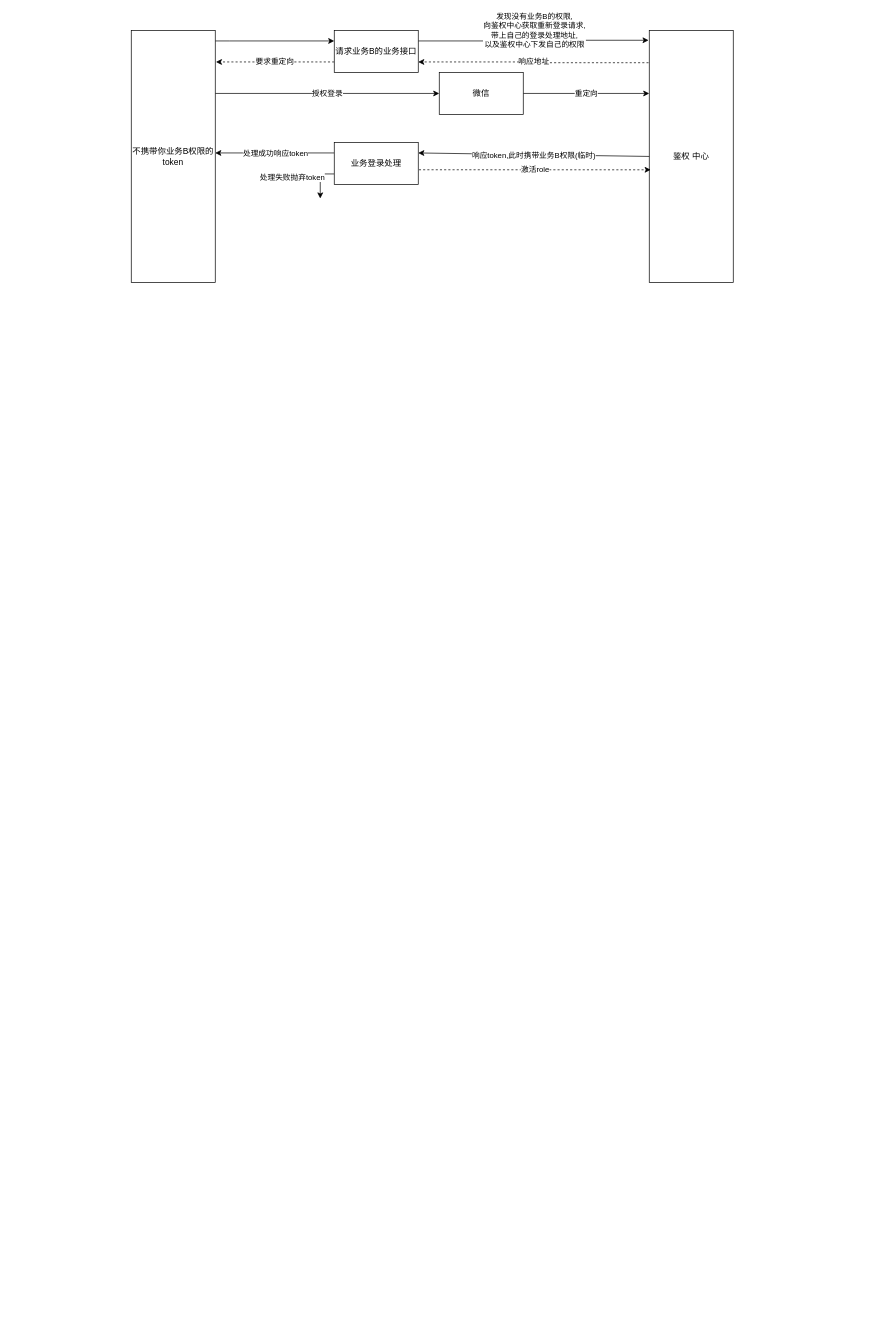
keyeze/StudyPlace keeps this draw.io diagram as StudyDemo/src/token与业务调用关系.drawio. Above is the earlier version. Source tidied: cells renumbered, new cells numbered last; positions are measured from the earlier drawing's top-left corner, leaving out a move shared by most shapes. Both pictures are drawn from the tidied source at 70%, with x=0, y=0 at pixel (131, 30).
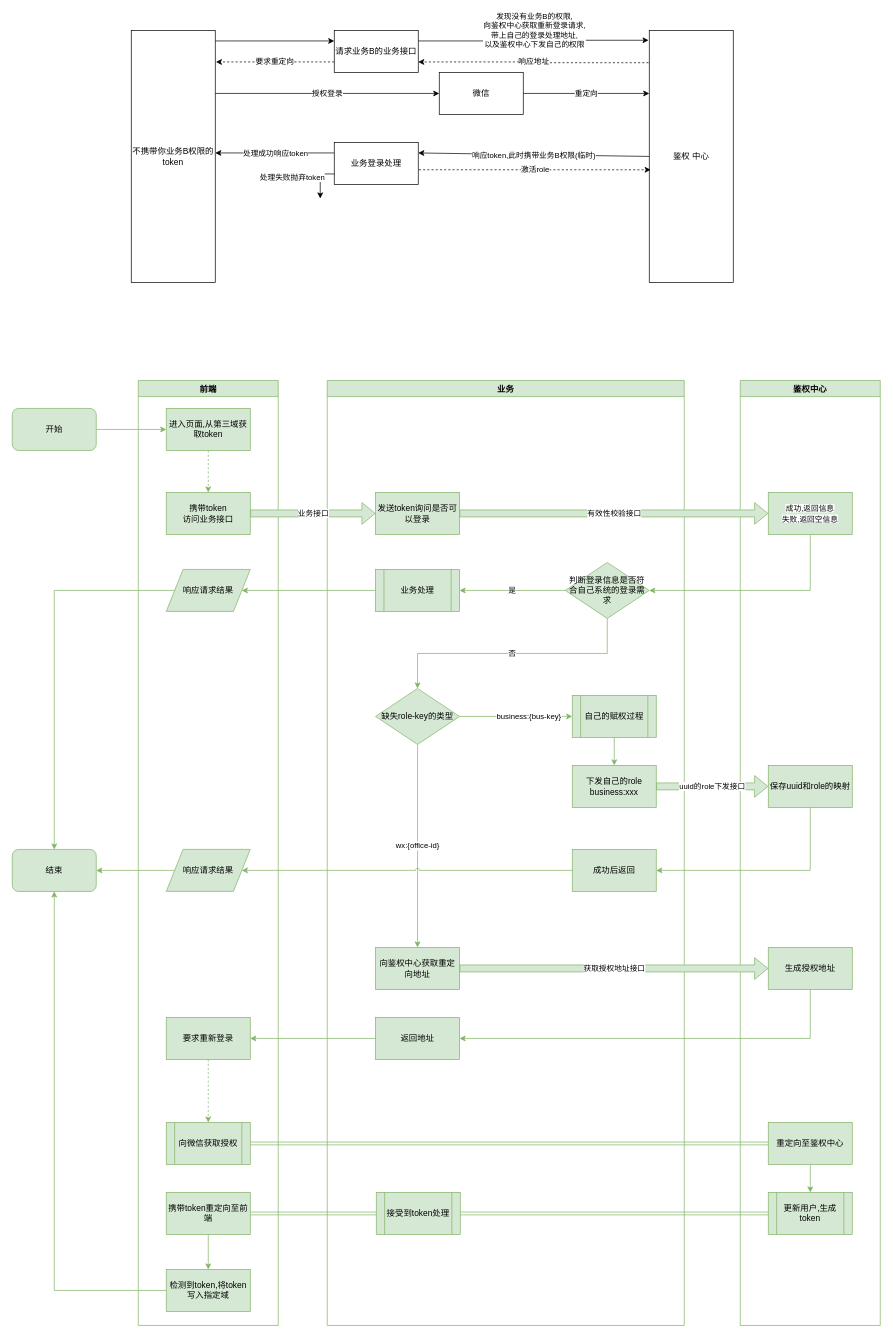
The same page after the edit.

Commit message:
更新token与业务调用关系.drawio

The edit, as a diff of the source:
```diff
@@
+    <mxCell id="17" style="edgeStyle=orthogonalEdgeStyle;rounded=0;jettySize=auto;html=1;exitX=0.5;exitY=1;exitDx=0;exitDy=0;entryX=1;entryY=0.5;entryDx=0;entryDy=0;fillColor=#d5e8d4;strokeColor=#82b366;" parent="1" edge="1" source="43" target="28">
+      <mxGeometry relative="1" as="geometry" />
+    </mxCell>
+    <mxCell id="18" style="edgeStyle=orthogonalEdgeStyle;rounded=0;jumpStyle=arc;jettySize=auto;html=1;exitX=1;exitY=0.5;exitDx=0;exitDy=0;entryX=0;entryY=0.5;entryDx=0;entryDy=0;fillColor=#d5e8d4;strokeColor=#82b366;" parent="1" edge="1" source="19" target="26">
+      <mxGeometry relative="1" as="geometry" />
+    </mxCell>
+    <mxCell id="19" value="开始" style="rounded=1;whiteSpace=wrap;html=1;fillColor=#d5e8d4;strokeColor=#82b366;" parent="1" vertex="1">
+      <mxGeometry x="-170" y="540" width="120" height="60" as="geometry" />
+    </mxCell>
+    <mxCell id="20" value="前端" style="swimlane;fillColor=#d5e8d4;strokeColor=#82b366;" parent="1" vertex="1">
+      <mxGeometry x="10" y="500" width="200" height="1350" as="geometry" />
+    </mxCell>
+    <mxCell id="21" value="要求重新登录" style="rounded=0;whiteSpace=wrap;html=1;fillColor=#d5e8d4;strokeColor=#82b366;" parent="20" vertex="1">
+      <mxGeometry x="40" y="910" width="120" height="60" as="geometry" />
+    </mxCell>
+    <mxCell id="22" value="携带token&lt;br&gt;访问业务接口" style="rounded=0;whiteSpace=wrap;html=1;fillColor=#d5e8d4;strokeColor=#82b366;" parent="20" vertex="1">
+      <mxGeometry x="40" y="160" width="120" height="60" as="geometry" />
+    </mxCell>
+    <mxCell id="23" value="响应请求结果" style="shape=parallelogram;perimeter=parallelogramPerimeter;whiteSpace=wrap;html=1;fillColor=#d5e8d4;strokeColor=#82b366;" parent="20" vertex="1">
+      <mxGeometry x="40" y="270" width="120" height="60" as="geometry" />
+    </mxCell>
+    <mxCell id="24" value="响应请求结果" style="shape=parallelogram;perimeter=parallelogramPerimeter;whiteSpace=wrap;html=1;fillColor=#d5e8d4;strokeColor=#82b366;" parent="20" vertex="1">
+      <mxGeometry x="40" y="669.9" width="120" height="60" as="geometry" />
+    </mxCell>
+    <mxCell id="25" style="edgeStyle=orthogonalEdgeStyle;rounded=0;jumpStyle=arc;jettySize=auto;html=1;exitX=0.5;exitY=1;exitDx=0;exitDy=0;dashed=1;fillColor=#d5e8d4;strokeColor=#82b366;" parent="20" edge="1" source="26" target="22">
+      <mxGeometry relative="1" as="geometry" />
+    </mxCell>
+    <mxCell id="26" value="进入页面,从第三域获取token" style="rounded=0;whiteSpace=wrap;html=1;fillColor=#d5e8d4;strokeColor=#82b366;" parent="20" vertex="1">
+      <mxGeometry x="40" y="40" width="120" height="60" as="geometry" />
+    </mxCell>
+    <mxCell id="27" value="业务" style="swimlane;fillColor=#d5e8d4;strokeColor=#82b366;" parent="1" vertex="1">
+      <mxGeometry x="280" y="500" width="510" height="1350" as="geometry" />
+    </mxCell>
+    <mxCell id="28" value="判断登录信息是否符合自己系统的登录需求" style="rhombus;whiteSpace=wrap;html=1;fillColor=#d5e8d4;strokeColor=#82b366;" parent="27" vertex="1">
+      <mxGeometry x="340" y="260" width="120" height="80" as="geometry" />
+    </mxCell>
+    <mxCell id="29" value="缺失role-key的类型" style="rhombus;whiteSpace=wrap;html=1;fillColor=#d5e8d4;strokeColor=#82b366;" parent="27" vertex="1">
+      <mxGeometry x="69" y="440" width="120" height="80" as="geometry" />
+    </mxCell>
+    <mxCell id="30" value="否" style="edgeStyle=orthogonalEdgeStyle;rounded=0;jettySize=auto;html=1;exitX=0.5;exitY=1;exitDx=0;exitDy=0;entryX=0.5;entryY=0;entryDx=0;entryDy=0;fillColor=#d5e8d4;strokeColor=#82b366;" parent="27" edge="1" source="28" target="29">
+      <mxGeometry relative="1" as="geometry" />
+    </mxCell>
+    <mxCell id="31" value="向鉴权中心获取重定向地址" style="rounded=0;whiteSpace=wrap;html=1;fillColor=#d5e8d4;strokeColor=#82b366;" parent="27" vertex="1">
+      <mxGeometry x="69" y="810" width="120" height="60" as="geometry" />
+    </mxCell>
+    <mxCell id="32" value="发送token询问是否可以登录" style="rounded=0;whiteSpace=wrap;html=1;fillColor=#d5e8d4;strokeColor=#82b366;" parent="27" vertex="1">
+      <mxGeometry x="69" y="160" width="120" height="60" as="geometry" />
+    </mxCell>
+    <mxCell id="33" value="wx:{office-id}" style="edgeStyle=orthogonalEdgeStyle;rounded=0;jettySize=auto;html=1;exitX=0.5;exitY=1;exitDx=0;exitDy=0;entryX=0.5;entryY=0;entryDx=0;entryDy=0;fillColor=#d5e8d4;strokeColor=#82b366;" parent="27" edge="1" source="29" target="31">
+      <mxGeometry relative="1" as="geometry" />
+    </mxCell>
+    <mxCell id="34" value="业务处理" style="shape=process;whiteSpace=wrap;html=1;backgroundOutline=1;fillColor=#d5e8d4;strokeColor=#82b366;" parent="27" vertex="1">
+      <mxGeometry x="69" y="270" width="120" height="60" as="geometry" />
+    </mxCell>
+    <mxCell id="35" value="是" style="edgeStyle=orthogonalEdgeStyle;rounded=0;jettySize=auto;html=1;exitX=0;exitY=0.5;exitDx=0;exitDy=0;entryX=1;entryY=0.5;entryDx=0;entryDy=0;fillColor=#d5e8d4;strokeColor=#82b366;" parent="27" edge="1" source="28" target="34">
+      <mxGeometry relative="1" as="geometry" />
+    </mxCell>
+    <mxCell id="36" value="自己的赋权过程" style="shape=process;whiteSpace=wrap;html=1;backgroundOutline=1;fillColor=#d5e8d4;strokeColor=#82b366;" parent="27" vertex="1">
+      <mxGeometry x="350" y="449.9" width="120" height="60" as="geometry" />
+    </mxCell>
+    <mxCell id="37" value="下发自己的role&lt;br&gt;business:xxx" style="rounded=0;whiteSpace=wrap;html=1;fillColor=#d5e8d4;strokeColor=#82b366;" parent="27" vertex="1">
+      <mxGeometry x="350" y="549.9" width="120" height="60" as="geometry" />
+    </mxCell>
+    <mxCell id="38" value="business:{bus-key}" style="edgeStyle=orthogonalEdgeStyle;rounded=0;jettySize=auto;html=1;exitX=1;exitY=0.5;exitDx=0;exitDy=0;entryX=0;entryY=0.5;entryDx=0;entryDy=0;fillColor=#d5e8d4;strokeColor=#82b366;" parent="27" edge="1" source="29" target="36">
+      <mxGeometry x="0.23" relative="1" as="geometry" />
+    </mxCell>
+    <mxCell id="39" style="edgeStyle=orthogonalEdgeStyle;rounded=0;jettySize=auto;html=1;exitX=0.5;exitY=1;exitDx=0;exitDy=0;entryX=0.5;entryY=0;entryDx=0;entryDy=0;fillColor=#d5e8d4;strokeColor=#82b366;" parent="27" edge="1" source="36" target="37">
+      <mxGeometry relative="1" as="geometry" />
+    </mxCell>
+    <mxCell id="40" value="返回地址" style="rounded=0;whiteSpace=wrap;html=1;fillColor=#d5e8d4;strokeColor=#82b366;" parent="27" vertex="1">
+      <mxGeometry x="69" y="910" width="120" height="60" as="geometry" />
+    </mxCell>
+    <mxCell id="41" value="成功后返回" style="rounded=0;whiteSpace=wrap;html=1;fillColor=#d5e8d4;strokeColor=#82b366;" parent="27" vertex="1">
+      <mxGeometry x="350" y="669.9" width="120" height="60" as="geometry" />
+    </mxCell>
+    <mxCell id="42" value="鉴权中心" style="swimlane;fillColor=#d5e8d4;strokeColor=#82b366;" parent="1" vertex="1">
+      <mxGeometry x="870" y="500" width="200" height="1350" as="geometry" />
+    </mxCell>
+    <mxCell id="43" value="&lt;span style=&quot;font-size: 11px ; background-color: rgb(255 , 255 , 255)&quot;&gt;成功,返回信息&lt;br&gt;失败,返回空信息&lt;/span&gt;" style="rounded=0;whiteSpace=wrap;html=1;fillColor=#d5e8d4;strokeColor=#82b366;" parent="42" vertex="1">
+      <mxGeometry x="40" y="160" width="120" height="60" as="geometry" />
+    </mxCell>
+    <mxCell id="44" value="保存uuid和role的映射" style="rounded=0;whiteSpace=wrap;html=1;fillColor=#d5e8d4;strokeColor=#82b366;" parent="42" vertex="1">
+      <mxGeometry x="40" y="549.9" width="120" height="60" as="geometry" />
+    </mxCell>
+    <mxCell id="45" value="生成授权地址" style="rounded=0;whiteSpace=wrap;html=1;fillColor=#d5e8d4;strokeColor=#82b366;" parent="42" vertex="1">
+      <mxGeometry x="40" y="810" width="120" height="60" as="geometry" />
+    </mxCell>
+    <mxCell id="46" value="结束" style="rounded=1;whiteSpace=wrap;html=1;fillColor=#d5e8d4;strokeColor=#82b366;" parent="1" vertex="1">
+      <mxGeometry x="-170" y="1170" width="120" height="60" as="geometry" />
+    </mxCell>
+    <mxCell id="47" style="edgeStyle=orthogonalEdgeStyle;rounded=0;jumpStyle=arc;jettySize=auto;html=1;exitX=0;exitY=0.5;exitDx=0;exitDy=0;entryX=1;entryY=0.5;entryDx=0;entryDy=0;fillColor=#d5e8d4;strokeColor=#82b366;" parent="1" edge="1" source="24" target="46">
+      <mxGeometry relative="1" as="geometry" />
+    </mxCell>
+    <mxCell id="48" style="edgeStyle=orthogonalEdgeStyle;rounded=0;jumpStyle=arc;jettySize=auto;html=1;exitX=0;exitY=0.5;exitDx=0;exitDy=0;entryX=0.5;entryY=0;entryDx=0;entryDy=0;fillColor=#d5e8d4;strokeColor=#82b366;" parent="1" edge="1" source="23" target="46">
+      <mxGeometry relative="1" as="geometry" />
+    </mxCell>
+    <mxCell id="49" value="业务接口" style="shape=flexArrow;endArrow=classic;html=1;exitX=1;exitY=0.5;exitDx=0;exitDy=0;entryX=0;entryY=0.5;entryDx=0;entryDy=0;fillColor=#d5e8d4;strokeColor=#82b366;" parent="1" edge="1" source="22" target="32">
+      <mxGeometry relative="1" as="geometry" />
+    </mxCell>
+    <mxCell id="50" value="有效性校验接口" style="shape=flexArrow;endArrow=classic;html=1;exitX=1;exitY=0.5;exitDx=0;exitDy=0;fillColor=#d5e8d4;strokeColor=#82b366;" parent="1" edge="1" source="32" target="43">
+      <mxGeometry relative="1" as="geometry" />
+    </mxCell>
+    <mxCell id="51" style="edgeStyle=orthogonalEdgeStyle;rounded=0;jumpStyle=arc;jettySize=auto;html=1;exitX=0;exitY=0.5;exitDx=0;exitDy=0;entryX=1;entryY=0.5;entryDx=0;entryDy=0;fillColor=#d5e8d4;strokeColor=#82b366;" parent="1" edge="1" source="34" target="23">
+      <mxGeometry relative="1" as="geometry" />
+    </mxCell>
+    <mxCell id="52" value="uuid的role下发接口" style="shape=flexArrow;endArrow=classic;html=1;exitX=1;exitY=0.5;exitDx=0;exitDy=0;entryX=0;entryY=0.5;entryDx=0;entryDy=0;fillColor=#d5e8d4;strokeColor=#82b366;" parent="1" edge="1" source="37" target="44">
+      <mxGeometry relative="1" as="geometry" />
+    </mxCell>
+    <mxCell id="53" style="edgeStyle=orthogonalEdgeStyle;rounded=0;jettySize=auto;html=1;entryX=1;entryY=0.5;entryDx=0;entryDy=0;exitX=0.5;exitY=1;exitDx=0;exitDy=0;fillColor=#d5e8d4;strokeColor=#82b366;" parent="1" edge="1" source="44" target="41">
+      <mxGeometry relative="1" as="geometry" />
+    </mxCell>
+    <mxCell id="54" style="edgeStyle=orthogonalEdgeStyle;rounded=0;jumpStyle=arc;jettySize=auto;html=1;exitX=0;exitY=0.5;exitDx=0;exitDy=0;fillColor=#d5e8d4;strokeColor=#82b366;" parent="1" edge="1" source="40" target="21">
+      <mxGeometry relative="1" as="geometry" />
+    </mxCell>
+    <mxCell id="55" style="edgeStyle=orthogonalEdgeStyle;rounded=0;jumpStyle=arc;jettySize=auto;html=1;exitX=0.5;exitY=1;exitDx=0;exitDy=0;entryX=1;entryY=0.5;entryDx=0;entryDy=0;fillColor=#d5e8d4;strokeColor=#82b366;" parent="1" edge="1" source="45" target="40">
+      <mxGeometry relative="1" as="geometry" />
+    </mxCell>
+    <mxCell id="56" value="获取授权地址接口" style="shape=flexArrow;endArrow=classic;html=1;exitX=1;exitY=0.5;exitDx=0;exitDy=0;entryX=0;entryY=0.5;entryDx=0;entryDy=0;fillColor=#d5e8d4;strokeColor=#82b366;" parent="1" edge="1" source="31" target="45">
+      <mxGeometry relative="1" as="geometry" />
+    </mxCell>
+    <mxCell id="57" style="edgeStyle=orthogonalEdgeStyle;rounded=0;jumpStyle=arc;jettySize=auto;html=1;exitX=0;exitY=0.5;exitDx=0;exitDy=0;entryX=1;entryY=0.5;entryDx=0;entryDy=0;fillColor=#d5e8d4;strokeColor=#82b366;" parent="1" edge="1" source="41" target="24">
+      <mxGeometry relative="1" as="geometry" />
+    </mxCell>
+    <mxCell id="58" value="向微信获取授权" style="shape=process;whiteSpace=wrap;html=1;backgroundOutline=1;fillColor=#d5e8d4;strokeColor=#82b366;" parent="1" vertex="1">
+      <mxGeometry x="50" y="1560" width="120" height="60" as="geometry" />
+    </mxCell>
+    <mxCell id="59" style="edgeStyle=orthogonalEdgeStyle;rounded=0;jumpStyle=arc;jettySize=auto;html=1;exitX=0.5;exitY=1;exitDx=0;exitDy=0;dashed=1;fillColor=#d5e8d4;strokeColor=#82b366;" parent="1" edge="1" source="21" target="58">
+      <mxGeometry relative="1" as="geometry" />
+    </mxCell>
+    <mxCell id="60" style="edgeStyle=orthogonalEdgeStyle;rounded=0;jumpStyle=arc;jettySize=auto;html=1;exitX=0.5;exitY=1;exitDx=0;exitDy=0;fillColor=#d5e8d4;strokeColor=#82b366;" parent="1" edge="1" source="61" target="63">
+      <mxGeometry relative="1" as="geometry" />
+    </mxCell>
+    <mxCell id="61" value="重定向至鉴权中心" style="rounded=0;whiteSpace=wrap;html=1;fillColor=#d5e8d4;strokeColor=#82b366;" parent="1" vertex="1">
+      <mxGeometry x="910" y="1560" width="120" height="60" as="geometry" />
+    </mxCell>
+    <mxCell id="62" style="shape=link;html=1;entryX=1;entryY=0.5;entryDx=0;entryDy=0;exitX=0;exitY=0.5;exitDx=0;exitDy=0;fillColor=#d5e8d4;strokeColor=#82b366;" parent="1" edge="1" source="61" target="58">
+      <mxGeometry relative="1" as="geometry" />
+    </mxCell>
+    <mxCell id="63" value="更新用户,生成token" style="shape=process;whiteSpace=wrap;html=1;backgroundOutline=1;fillColor=#d5e8d4;strokeColor=#82b366;" parent="1" vertex="1">
+      <mxGeometry x="910" y="1660" width="120" height="60" as="geometry" />
+    </mxCell>
+    <mxCell id="64" value="接受到token处理" style="shape=process;whiteSpace=wrap;html=1;backgroundOutline=1;fillColor=#d5e8d4;strokeColor=#82b366;" parent="1" vertex="1">
+      <mxGeometry x="350" y="1660" width="120" height="60" as="geometry" />
+    </mxCell>
+    <mxCell id="65" style="edgeStyle=orthogonalEdgeStyle;rounded=0;jumpStyle=arc;jettySize=auto;html=1;exitX=0.5;exitY=1;exitDx=0;exitDy=0;entryX=0.5;entryY=0;entryDx=0;entryDy=0;fillColor=#d5e8d4;strokeColor=#82b366;" parent="1" edge="1" source="66" target="70">
+      <mxGeometry relative="1" as="geometry" />
+    </mxCell>
+    <mxCell id="66" value="携带token重定向至前端" style="rounded=0;whiteSpace=wrap;html=1;fillColor=#d5e8d4;strokeColor=#82b366;" parent="1" vertex="1">
+      <mxGeometry x="50" y="1660" width="120" height="60" as="geometry" />
+    </mxCell>
+    <mxCell id="67" style="shape=link;html=1;entryX=1;entryY=0.5;entryDx=0;entryDy=0;exitX=0;exitY=0.5;exitDx=0;exitDy=0;fillColor=#d5e8d4;strokeColor=#82b366;" parent="1" edge="1" source="63" target="64">
+      <mxGeometry relative="1" as="geometry" />
+    </mxCell>
+    <mxCell id="68" style="shape=link;html=1;entryX=1;entryY=0.5;entryDx=0;entryDy=0;exitX=0;exitY=0.5;exitDx=0;exitDy=0;fillColor=#d5e8d4;strokeColor=#82b366;" parent="1" edge="1" source="64" target="66">
+      <mxGeometry relative="1" as="geometry" />
+    </mxCell>
+    <mxCell id="69" style="edgeStyle=orthogonalEdgeStyle;rounded=0;jumpStyle=arc;jettySize=auto;html=1;exitX=0;exitY=0.5;exitDx=0;exitDy=0;entryX=0.5;entryY=1;entryDx=0;entryDy=0;fillColor=#d5e8d4;strokeColor=#82b366;" parent="1" edge="1" source="70" target="46">
+      <mxGeometry relative="1" as="geometry" />
+    </mxCell>
+    <mxCell id="70" value="检测到token,将token写入指定域" style="rounded=0;whiteSpace=wrap;html=1;fillColor=#d5e8d4;strokeColor=#82b366;" parent="1" vertex="1">
+      <mxGeometry x="50" y="1770" width="120" height="60" as="geometry" />
+    </mxCell>
```
